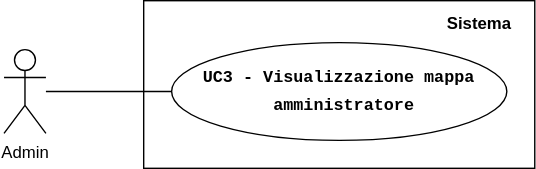
Above: assets/use_cases/UC3.svg in SWEatUNIPD/docs (draw.io), before the change. Source tidied: cells renumbered, new cells last; positions are measured from the earlier drawing's top-left corner, leaving out a move shared by most shapes. Its diagram source:
```xml
<mxGraphModel>
  <root>
    <mxCell id="0" />
    <mxCell id="1" parent="0" />
    <mxCell id="2" style="edgeStyle=orthogonalEdgeStyle;rounded=0;jettySize=auto;html=1;strokeColor=none;" parent="1" edge="1" source="4" target="5">
      <mxGeometry relative="1" as="geometry" />
    </mxCell>
    <mxCell id="3" style="edgeStyle=orthogonalEdgeStyle;rounded=0;jettySize=auto;html=1;endArrow=none;endFill=0;" parent="1" edge="1" source="4">
      <mxGeometry relative="1" as="geometry">
        <mxPoint x="190" y="65" as="targetPoint" />
      </mxGeometry>
    </mxCell>
    <mxCell id="4" value="Admin" style="shape=umlActor;verticalLabelPosition=bottom;verticalAlign=top;html=1;" parent="1" vertex="1">
      <mxGeometry y="35" width="30" height="60" as="geometry" />
    </mxCell>
    <mxCell id="5" value="&lt;div style=&quot;line-height: 19px;&quot;&gt;&lt;font style=&quot;&quot; face=&quot;Consolas, Courier New, monospace&quot;&gt;&lt;span style=&quot;white-space: pre; background-color: rgb(255, 255, 255);&quot;&gt;&lt;b style=&quot;&quot;&gt;UC3 - Visualizzazione mappa&lt;/b&gt;&lt;/span&gt;&lt;/font&gt;&lt;/div&gt;&lt;div style=&quot;line-height: 19px;&quot;&gt;&lt;font style=&quot;&quot; face=&quot;Consolas, Courier New, monospace&quot;&gt;&lt;span style=&quot;white-space: pre; background-color: rgb(255, 255, 255);&quot;&gt;&lt;b style=&quot;&quot;&gt; amministratore&lt;/b&gt;&lt;/span&gt;&lt;/font&gt;&lt;/div&gt;" style="ellipse;whiteSpace=wrap;html=1;" parent="1" vertex="1">
      <mxGeometry x="120" y="30" width="240" height="70" as="geometry" />
    </mxCell>
    <mxCell id="6" style="html=1;whiteSpace=wrap;fillColor=none;" parent="1" vertex="1">
      <mxGeometry x="100" width="280" height="120" as="geometry" />
    </mxCell>
    <mxCell id="7" value="Sistema" style="text;align=center;fontStyle=1;verticalAlign=middle;spacingLeft=3;spacingRight=3;strokeColor=none;html=1;" parent="1" vertex="1">
      <mxGeometry x="300" y="4" width="80" height="26" as="geometry" />
    </mxCell>
  </root>
</mxGraphModel>
```
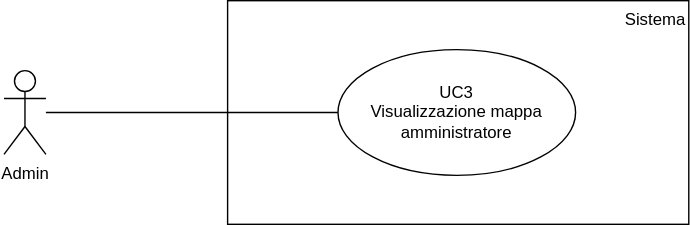
Above is the later version.

Change to the diagram source:
```diff
@@ -2,25 +2,17 @@
   <root>
     <mxCell id="0" />
     <mxCell id="1" parent="0" />
-    <mxCell id="2" style="edgeStyle=orthogonalEdgeStyle;rounded=0;jettySize=auto;html=1;strokeColor=none;" parent="1" edge="1" source="4" target="5">
-      <mxGeometry relative="1" as="geometry" />
-    </mxCell>
-    <mxCell id="3" style="edgeStyle=orthogonalEdgeStyle;rounded=0;jettySize=auto;html=1;endArrow=none;endFill=0;" parent="1" edge="1" source="4">
-      <mxGeometry relative="1" as="geometry">
-        <mxPoint x="190" y="65" as="targetPoint" />
-      </mxGeometry>
-    </mxCell>
+    <mxCell id="7" value="Sistema" style="html=1;whiteSpace=wrap;verticalAlign=top;align=right;" parent="1" vertex="1">
+      <mxGeometry x="70" y="-80" width="330" height="160" as="geometry" />
+    </mxCell>
+    <mxCell id="8" style="edgeStyle=orthogonalEdgeStyle;rounded=0;jettySize=auto;html=1;entryX=0;entryY=0.5;entryDx=0;entryDy=0;endArrow=none;endFill=0;" parent="1" edge="1" source="4" target="9">
+      <mxGeometry relative="1" as="geometry" />
+    </mxCell>
-    <mxCell id="4" value="Admin" style="shape=umlActor;verticalLabelPosition=bottom;verticalAlign=top;html=1;" parent="1" vertex="1">
-      <mxGeometry y="35" width="30" height="60" as="geometry" />
+    <mxCell id="4" value="Admin" style="shape=umlActor;verticalLabelPosition=bottom;verticalAlign=top;html=1;outlineConnect=0;" parent="1" vertex="1">
+      <mxGeometry x="-90" y="-30" width="30" height="60" as="geometry" />
     </mxCell>
-    <mxCell id="5" value="&lt;div style=&quot;line-height: 19px;&quot;&gt;&lt;font style=&quot;&quot; face=&quot;Consolas, Courier New, monospace&quot;&gt;&lt;span style=&quot;white-space: pre; background-color: rgb(255, 255, 255);&quot;&gt;&lt;b style=&quot;&quot;&gt;UC3 - Visualizzazione mappa&lt;/b&gt;&lt;/span&gt;&lt;/font&gt;&lt;/div&gt;&lt;div style=&quot;line-height: 19px;&quot;&gt;&lt;font style=&quot;&quot; face=&quot;Consolas, Courier New, monospace&quot;&gt;&lt;span style=&quot;white-space: pre; background-color: rgb(255, 255, 255);&quot;&gt;&lt;b style=&quot;&quot;&gt; amministratore&lt;/b&gt;&lt;/span&gt;&lt;/font&gt;&lt;/div&gt;" style="ellipse;whiteSpace=wrap;html=1;" parent="1" vertex="1">
-      <mxGeometry x="120" y="30" width="240" height="70" as="geometry" />
-    </mxCell>
-    <mxCell id="6" style="html=1;whiteSpace=wrap;fillColor=none;" parent="1" vertex="1">
-      <mxGeometry x="100" width="280" height="120" as="geometry" />
-    </mxCell>
-    <mxCell id="7" value="Sistema" style="text;align=center;fontStyle=1;verticalAlign=middle;spacingLeft=3;spacingRight=3;strokeColor=none;html=1;" parent="1" vertex="1">
-      <mxGeometry x="300" y="4" width="80" height="26" as="geometry" />
-    </mxCell>
+    <mxCell id="9" value="UC3&lt;div&gt;Visualizzazione mappa amministratore&lt;/div&gt;" style="ellipse;whiteSpace=wrap;html=1;" parent="1" vertex="1">
+      <mxGeometry x="149" y="-45" width="170" height="90" as="geometry" />
+    </mxCell>
   </root>
 </mxGraphModel>
```
